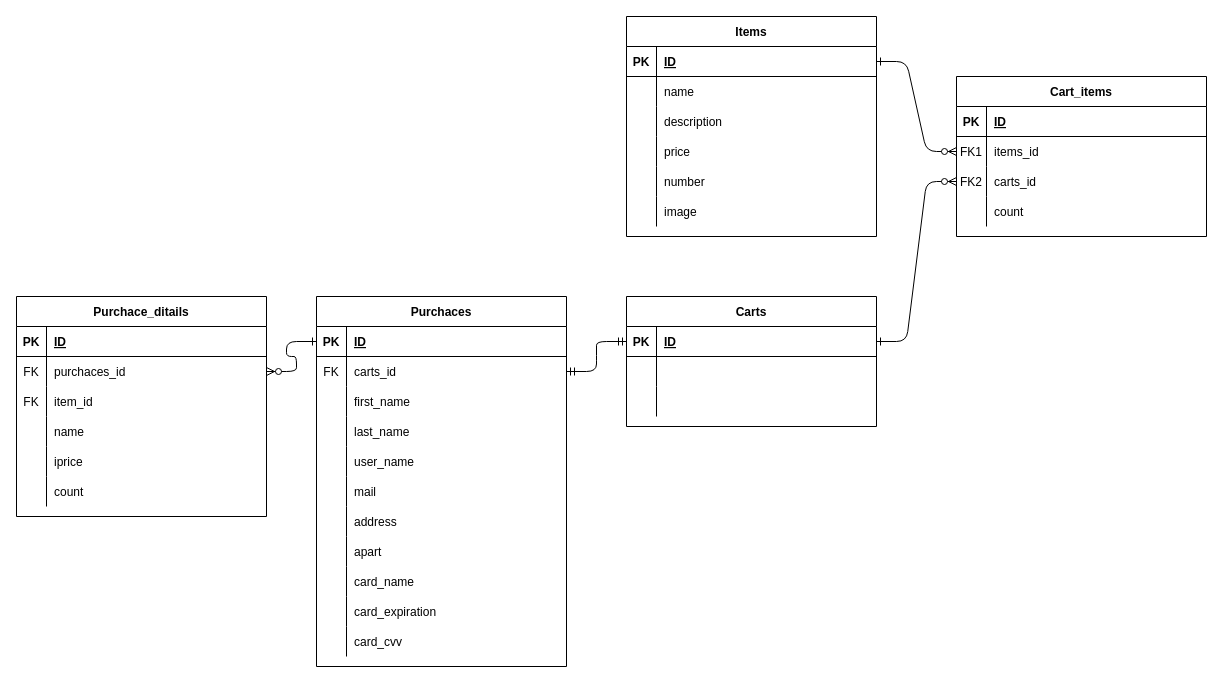
Before: ECサイトER.drawio in hie3-336/rails_ec, a draw.io diagram. Source tidied: cells renumbered, new cells numbered last; positions are measured from the earlier drawing's top-left corner, leaving out a move shared by most shapes. Both pictures are drawn from the tidied source at 100%, with x=0, y=0 at pixel (16, 16).
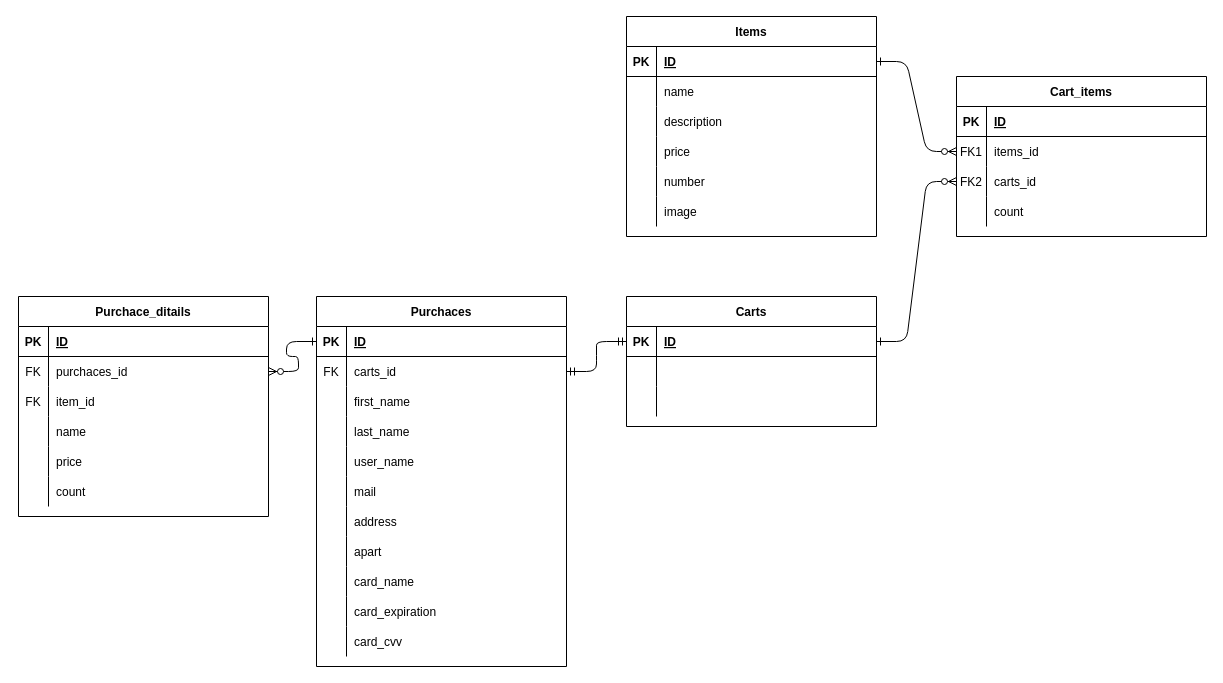
The same page after the edit.

The change refers to these unchanged cells:
```xml
<mxCell id="94" style="shape=partialRectangle;fillColor=none;top=0;left=0;right=0;bottom=0;" parent="81" vertex="1">
  <mxGeometry y="150" width="250" height="30" as="geometry" />
</mxCell>
```

What changed in the source:
```diff
@@
     <mxCell id="81" value="Purchace_ditails" style="shape=table;startSize=30;childLayout=tableLayout;rowLines=0;fontStyle=1;align=center;" parent="1" vertex="1">
-      <mxGeometry y="280" width="250" height="220" as="geometry" />
+      <mxGeometry x="2" y="280" width="250" height="220" as="geometry" />
     </mxCell>
@@
-    <mxCell id="96" value="iprice" style="shape=partialRectangle;overflow=hidden;fillColor=none;top=0;left=0;bottom=0;right=0;align=left;spacingLeft=6;" parent="94" vertex="1">
+    <mxCell id="96" value="price" style="shape=partialRectangle;overflow=hidden;fillColor=none;top=0;left=0;bottom=0;right=0;align=left;spacingLeft=6;" parent="94" vertex="1">
       <mxGeometry x="30" width="220" height="30" as="geometry" />
     </mxCell>
```
